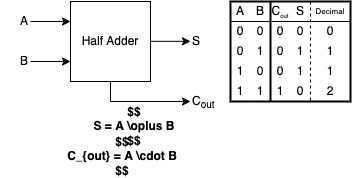
The draw.io diagram assets/images/2021-12-21-verilogHDL_chapter3_combinational_logic/시스템_반도체_설계_3장-figure_15.drawio.png in ParkDongho/ParkDongho.github.io, before a commit. Source tidied: cells renumbered, new cells last; positions are measured from the earlier drawing's top-left corner, leaving out a move shared by most shapes.
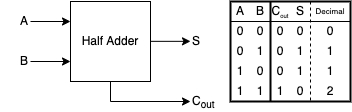
Later version of the same file.

The edit, as a diff of the source:
```diff
@@ -134,11 +134,5 @@
     <mxCell id="39" value="Decimal" style="text;html=1;strokeColor=none;fillColor=none;align=center;verticalAlign=middle;whiteSpace=wrap;rounded=0;fontSize=8;" parent="1" vertex="1">
       <mxGeometry x="310" width="40" height="20" as="geometry" />
     </mxCell>
-    <mxCell id="40" value="$$&lt;br style=&quot;font-size: 12px;&quot;&gt;S = A \oplus B&lt;br style=&quot;font-size: 12px;&quot;&gt;$$" style="text;html=1;strokeColor=none;fillColor=none;align=center;verticalAlign=middle;whiteSpace=wrap;rounded=0;fontSize=12;fontStyle=1;" parent="1" vertex="1">
-      <mxGeometry x="69" y="110" width="130" height="30" as="geometry" />
-    </mxCell>
-    <mxCell id="41" value="$$&lt;br style=&quot;font-size: 12px;&quot;&gt;C_{out} = A \cdot B&lt;br style=&quot;font-size: 12px;&quot;&gt;$$" style="text;html=1;strokeColor=none;fillColor=none;align=center;verticalAlign=middle;whiteSpace=wrap;rounded=0;fontSize=12;fontStyle=1;" parent="1" vertex="1">
-      <mxGeometry x="60" y="140" width="124" height="30" as="geometry" />
-    </mxCell>
   </root>
 </mxGraphModel>
```
